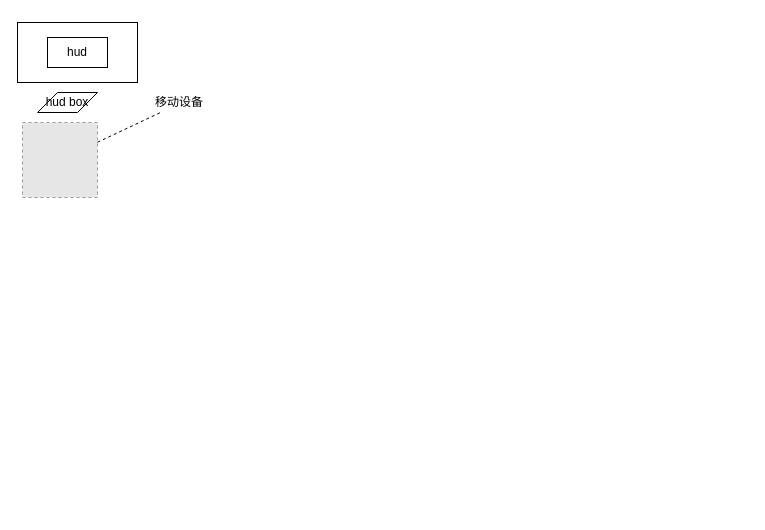
wurh/myDesignDoc keeps this draw.io diagram as 个人信息/一个基于hud 公交视窗乘客与移动应用交互通信装置.drawio. Above is the earlier version. Source tidied: cells renumbered, new cells numbered last; positions are measured from the earlier drawing's top-left corner, leaving out a move shared by most shapes. Both pictures are drawn from the tidied source at 100%, with x=0, y=0 at pixel (17, 22). Pictures stored in the file or linked from it are replaced by grey dashed boxes.
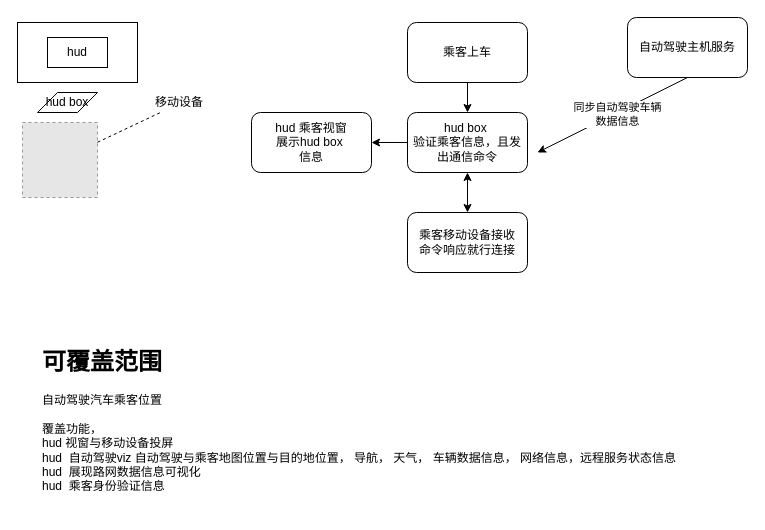
The same diagram, later.

Commit message:
Update 一个基于hud 公交视窗乘客与移动应用交互通信装置.drawio

What changed in the source:
```diff
@@
 <mxGraphModel>
   <root>
     <mxCell id="0" />
     <mxCell id="1" parent="0" />
     <mxCell id="2" style="rounded=0;whiteSpace=wrap;html=1;" parent="1" vertex="1">
       <mxGeometry width="120" height="60" as="geometry" />
     </mxCell>
     <mxCell id="3" value="hud" style="rounded=0;whiteSpace=wrap;html=1;" parent="1" vertex="1">
       <mxGeometry x="30" y="15" width="60" height="30" as="geometry" />
     </mxCell>
     <mxCell id="4" value="hud box" style="shape=parallelogram;perimeter=parallelogramPerimeter;whiteSpace=wrap;html=1;fixedSize=1;gradientColor=none;" parent="1" vertex="1">
       <mxGeometry x="20" y="70" width="60" height="20" as="geometry" />
     </mxCell>
     <mxCell id="5" style="fillColor=#E6E6E6;strokeColor=#999999;dashed=1;verticalLabelPosition=bottom;labelBackgroundColor=#ffffff;verticalAlign=top;" parent="1" vertex="1">
       <mxGeometry x="5" y="100" width="75" height="75" as="geometry" />
     </mxCell>
     <mxCell id="6" value="移动设备" style="text;html=1;strokeColor=none;fillColor=none;align=center;verticalAlign=middle;whiteSpace=wrap;rounded=0;" parent="1" vertex="1">
       <mxGeometry x="124" y="70" width="76" height="20" as="geometry" />
     </mxCell>
     <mxCell id="7" style="endArrow=none;dashed=1;html=1;entryX=0.25;entryY=1;entryDx=0;entryDy=0;" parent="1" edge="1" source="5" target="6">
       <mxGeometry relative="1" as="geometry" />
     </mxCell>
+    <mxCell id="8" style="edgeStyle=orthogonalEdgeStyle;rounded=0;jettySize=auto;html=1;" parent="1" edge="1" source="9" target="11">
+      <mxGeometry relative="1" as="geometry" />
+    </mxCell>
+    <mxCell id="9" value="乘客上车" style="rounded=1;whiteSpace=wrap;html=1;gradientColor=none;" parent="1" vertex="1">
+      <mxGeometry x="390" width="120" height="60" as="geometry" />
+    </mxCell>
+    <mxCell id="10" style="edgeStyle=orthogonalEdgeStyle;rounded=0;jettySize=auto;html=1;" parent="1" edge="1" source="11" target="17">
+      <mxGeometry relative="1" as="geometry" />
+    </mxCell>
+    <mxCell id="11" value="hud box&amp;nbsp;&lt;br&gt;验证乘客信息，且发出通信命令" style="rounded=1;whiteSpace=wrap;html=1;gradientColor=none;" parent="1" vertex="1">
+      <mxGeometry x="390" y="90" width="120" height="60" as="geometry" />
+    </mxCell>
+    <mxCell id="12" value="乘客移动设备接收&lt;br&gt;命令响应就行连接" style="rounded=1;whiteSpace=wrap;html=1;gradientColor=none;" parent="1" vertex="1">
+      <mxGeometry x="390" y="190" width="120" height="60" as="geometry" />
+    </mxCell>
+    <mxCell id="13" value="自动驾驶主机服务" style="rounded=1;whiteSpace=wrap;html=1;gradientColor=none;" parent="1" vertex="1">
+      <mxGeometry x="610" y="-5" width="120" height="60" as="geometry" />
+    </mxCell>
+    <mxCell id="14" style="endArrow=classic;html=1;exitX=0.5;exitY=1;exitDx=0;exitDy=0;" parent="1" edge="1" source="13">
+      <mxGeometry relative="1" as="geometry">
+        <mxPoint x="520" y="130" as="targetPoint" />
+      </mxGeometry>
+    </mxCell>
+    <mxCell id="15" value="同步自动驾驶车辆&lt;br&gt;数据信息" style="edgeLabel;html=1;align=center;verticalAlign=middle;" parent="14" vertex="1">
+      <mxGeometry x="-0.06" y="1" relative="1" as="geometry" />
+    </mxCell>
+    <mxCell id="16" style="endArrow=classic;startArrow=classic;html=1;entryX=0.5;entryY=1;entryDx=0;entryDy=0;" parent="1" edge="1" source="12" target="11">
+      <mxGeometry relative="1" as="geometry" />
+    </mxCell>
+    <mxCell id="17" value="hud 乘客视窗&lt;br&gt;展示hud box&amp;nbsp;&lt;br&gt;信息" style="rounded=1;whiteSpace=wrap;html=1;gradientColor=none;" parent="1" vertex="1">
+      <mxGeometry x="234" y="90" width="120" height="60" as="geometry" />
+    </mxCell>
+    <mxCell id="18" value="&lt;h1&gt;可覆盖范围&lt;/h1&gt;&lt;p&gt;自动驾驶汽车乘客位置&lt;br&gt;&lt;br&gt;覆盖功能，&lt;br&gt;hud 视窗与移动设备投屏&lt;br&gt;hud&amp;nbsp; 自动驾驶viz 自动驾驶与乘客地图位置与目的地位置， 导航， 天气， 车辆数据信息， 网络信息，远程服务状态信息&lt;br&gt;hud&amp;nbsp; 展现路网数据信息可视化&lt;br&gt;hud&amp;nbsp; 乘客身份验证信息&lt;/p&gt;" style="text;html=1;strokeColor=none;fillColor=none;spacing=5;spacingTop=-20;whiteSpace=wrap;overflow=hidden;rounded=0;" parent="1" vertex="1">
+      <mxGeometry x="20" y="320" width="670" height="170" as="geometry" />
+    </mxCell>
   </root>
 </mxGraphModel>
```
